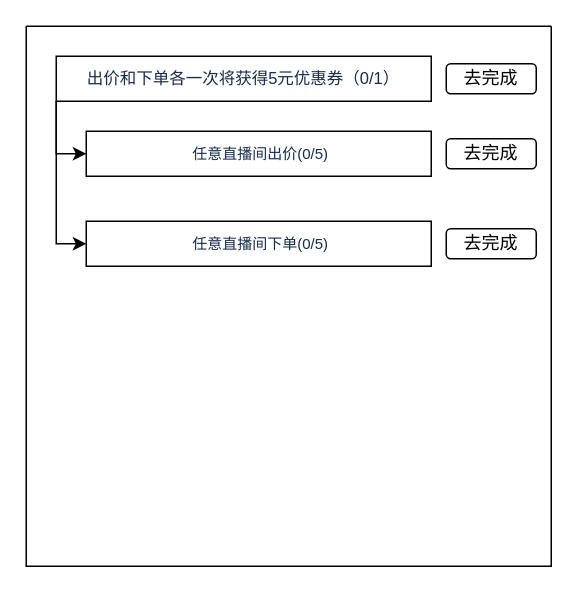
Before: task1.drawio in LuiBu/my-pictures, a draw.io diagram. Source tidied: cells renumbered, new cells numbered last; positions are measured from the earlier drawing's top-left corner, leaving out a move shared by most shapes. Both pictures are drawn from the tidied source at 150%, with x=0, y=0 at pixel (26, 26).
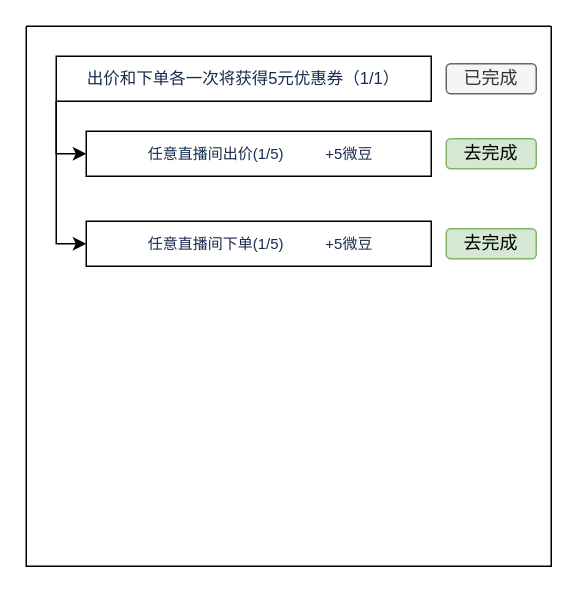
Above is the later version.

The edit, as a diff of the source:
```diff
@@
 <mxGraphModel>
   <root>
     <mxCell id="0" />
     <mxCell id="1" parent="0" />
     <mxCell id="2" style="swimlane;startSize=0;swimlaneFillColor=none;" parent="1" vertex="1">
       <mxGeometry width="350" height="360" as="geometry" />
     </mxCell>
     <mxCell id="3" style="edgeStyle=orthogonalEdgeStyle;rounded=0;jettySize=auto;html=1;exitX=0;exitY=1;exitDx=0;exitDy=0;entryX=0;entryY=0.5;entryDx=0;entryDy=0;strokeColor=#000000;" parent="2" edge="1" source="5" target="6">
       <mxGeometry relative="1" as="geometry" />
     </mxCell>
     <mxCell id="4" style="edgeStyle=orthogonalEdgeStyle;rounded=0;jettySize=auto;html=1;exitX=0;exitY=1;exitDx=0;exitDy=0;entryX=0;entryY=0.5;entryDx=0;entryDy=0;strokeColor=#000000;" parent="2" edge="1" source="5" target="7">
       <mxGeometry relative="1" as="geometry" />
     </mxCell>
-    <mxCell id="5" value="&lt;span style=&quot;color: rgb(23 , 43 , 77) ; text-align: left ; background-color: rgb(255 , 255 , 255)&quot;&gt;&lt;font style=&quot;font-size: 11px&quot;&gt;出价和下单各一次将获得5元优惠券（0/1）&lt;/font&gt;&lt;/span&gt;" style="rounded=0;whiteSpace=wrap;html=1;" parent="2" vertex="1">
+    <mxCell id="5" value="&lt;span style=&quot;color: rgb(23 , 43 , 77) ; text-align: left ; background-color: rgb(255 , 255 , 255)&quot;&gt;&lt;font style=&quot;font-size: 11px&quot;&gt;出价和下单各一次将获得5元优惠券（1/1）&lt;/font&gt;&lt;/span&gt;" style="rounded=0;whiteSpace=wrap;html=1;" parent="2" vertex="1">
       <mxGeometry x="20" y="20" width="250" height="30" as="geometry" />
     </mxCell>
-    <mxCell id="6" value="&lt;div style=&quot;text-align: left&quot;&gt;&lt;font color=&quot;#172b4d&quot; size=&quot;1&quot;&gt;&lt;span style=&quot;background-color: rgb(255 , 255 , 255)&quot;&gt;&amp;nbsp;任意直播间出价(0/5)&lt;/span&gt;&lt;/font&gt;&lt;/div&gt;" style="rounded=0;whiteSpace=wrap;html=1;" parent="2" vertex="1">
+    <mxCell id="6" value="&lt;div style=&quot;text-align: left&quot;&gt;&lt;font color=&quot;#172b4d&quot; size=&quot;1&quot;&gt;&lt;span style=&quot;background-color: rgb(255 , 255 , 255)&quot;&gt;&amp;nbsp;任意直播间出价(1/5)&amp;nbsp; &amp;nbsp; &amp;nbsp; &amp;nbsp; &amp;nbsp; +5微豆&lt;/span&gt;&lt;/font&gt;&lt;/div&gt;" style="rounded=0;whiteSpace=wrap;html=1;" parent="2" vertex="1">
       <mxGeometry x="40" y="70" width="230" height="30" as="geometry" />
     </mxCell>
-    <mxCell id="7" value="&lt;div style=&quot;text-align: left&quot;&gt;&lt;font color=&quot;#172b4d&quot; size=&quot;1&quot;&gt;&lt;span style=&quot;background-color: rgb(255 , 255 , 255)&quot;&gt;&amp;nbsp;任意直播间下单(0/5)&lt;/span&gt;&lt;/font&gt;&lt;/div&gt;" style="rounded=0;whiteSpace=wrap;html=1;" parent="2" vertex="1">
+    <mxCell id="7" value="&lt;div style=&quot;text-align: left&quot;&gt;&lt;font color=&quot;#172b4d&quot; size=&quot;1&quot;&gt;&lt;span style=&quot;background-color: rgb(255 , 255 , 255)&quot;&gt;&amp;nbsp;任意直播间下单(1/5)&amp;nbsp; &amp;nbsp; &amp;nbsp; &amp;nbsp; &amp;nbsp; +5微豆&lt;/span&gt;&lt;/font&gt;&lt;/div&gt;" style="rounded=0;whiteSpace=wrap;html=1;" parent="2" vertex="1">
       <mxGeometry x="40" y="130" width="230" height="30" as="geometry" />
     </mxCell>
-    <mxCell id="8" value="去完成" style="rounded=1;whiteSpace=wrap;html=1;" parent="2" vertex="1">
+    <mxCell id="8" value="已完成" style="rounded=1;whiteSpace=wrap;html=1;fillColor=#f5f5f5;strokeColor=#666666;fontColor=#333333;" parent="2" vertex="1">
       <mxGeometry x="280" y="25" width="60" height="20" as="geometry" />
     </mxCell>
-    <mxCell id="9" value="去完成" style="rounded=1;whiteSpace=wrap;html=1;" parent="2" vertex="1">
+    <mxCell id="9" value="去完成" style="rounded=1;whiteSpace=wrap;html=1;fillColor=#d5e8d4;strokeColor=#82b366;" parent="2" vertex="1">
       <mxGeometry x="280" y="75" width="60" height="20" as="geometry" />
     </mxCell>
-    <mxCell id="10" value="去完成" style="rounded=1;whiteSpace=wrap;html=1;" parent="2" vertex="1">
+    <mxCell id="10" value="去完成" style="rounded=1;whiteSpace=wrap;html=1;fillColor=#d5e8d4;strokeColor=#82b366;" parent="2" vertex="1">
       <mxGeometry x="280" y="135" width="60" height="20" as="geometry" />
     </mxCell>
   </root>
 </mxGraphModel>
```
